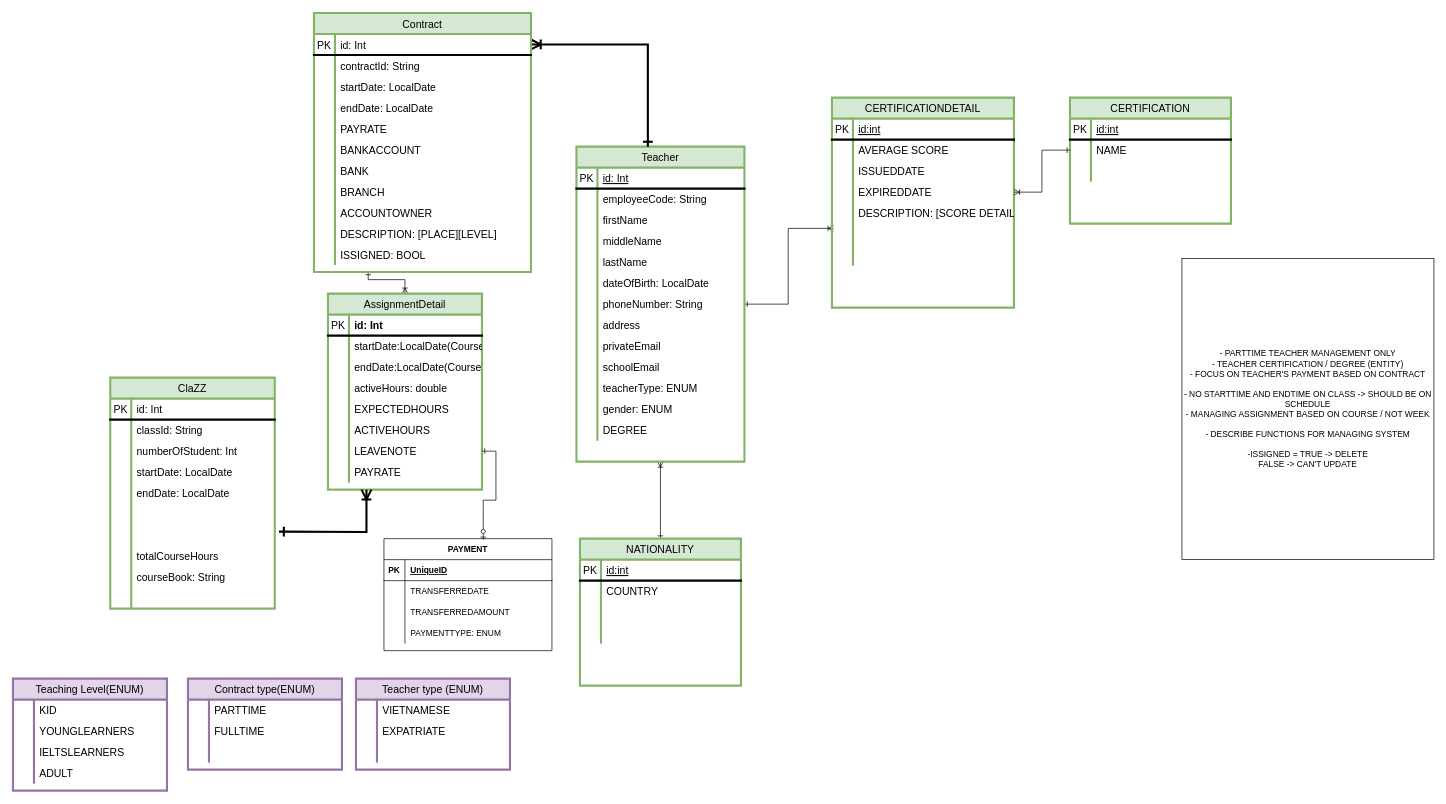
This is Teacher_Management_System - Type.drawio from AmberNguyn/PersonalProject_TeacherManagement, a draw.io file, before an edit. Source tidied: cells renumbered, new cells numbered last; positions are measured from the earlier drawing's top-left corner, leaving out a move shared by most shapes. Both pictures are drawn from the tidied source at 70%, with x=0, y=0 at pixel (13, 13).
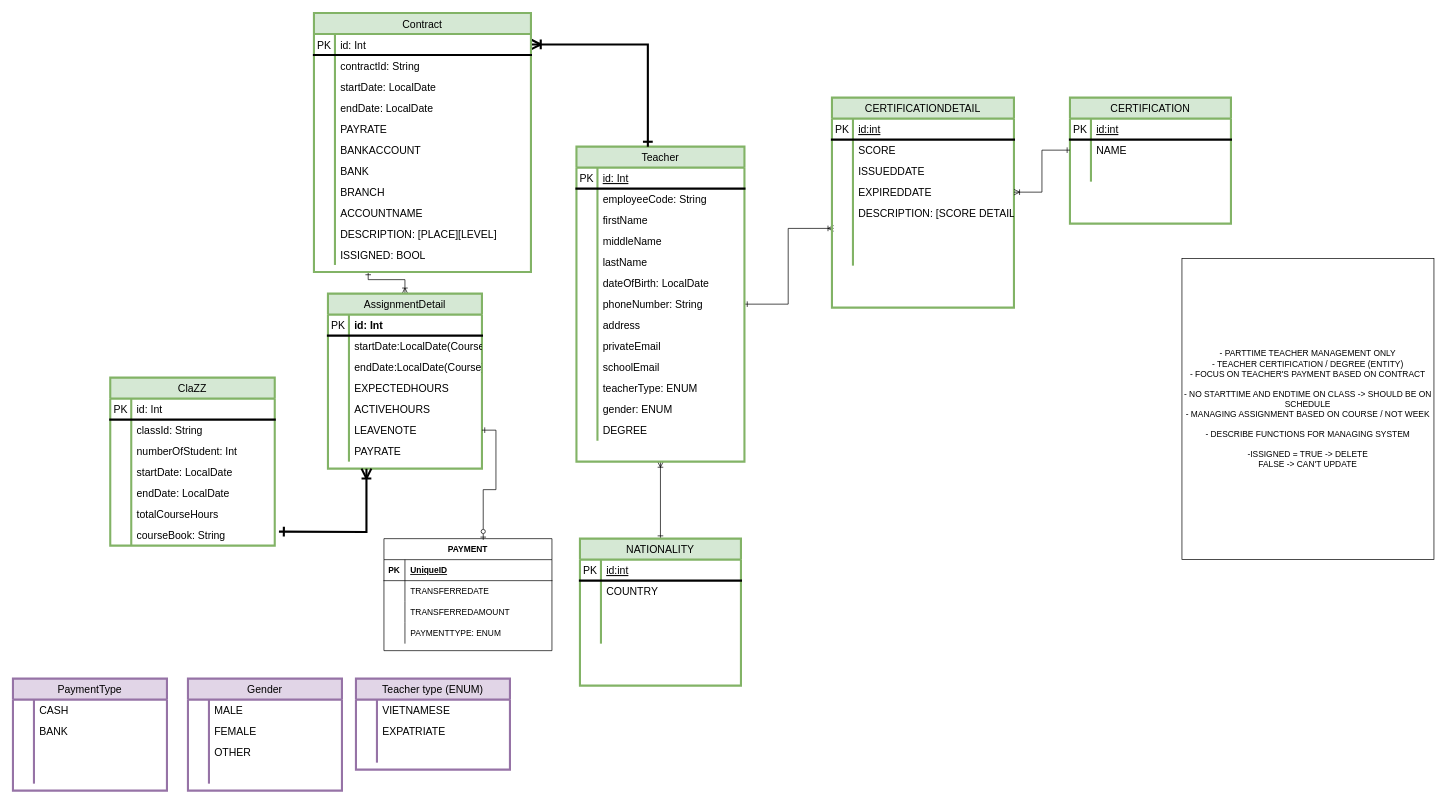
The same diagram, later.

Unchanged cells that the change refers to:
```xml
<mxCell id="128" style="shape=tableRow;horizontal=0;startSize=0;swimlaneHead=0;swimlaneBody=0;fillColor=none;top=0;left=0;right=0;bottom=0;labelBackgroundColor=none;fontSize=15;strokeWidth=3;fontStyle=0;" parent="103" vertex="1">
  <mxGeometry y="270" width="310" height="30" as="geometry" />
</mxCell>
<mxCell id="138" style="shape=tableRow;horizontal=0;startSize=0;swimlaneHead=0;swimlaneBody=0;fillColor=none;top=0;left=0;right=0;bottom=0;labelBackgroundColor=none;fontSize=15;strokeWidth=3;fontStyle=0;" parent="137" vertex="1">
  <mxGeometry y="30" width="220" height="30" as="geometry" />
</mxCell>
<mxCell id="141" style="shape=tableRow;horizontal=0;startSize=0;swimlaneHead=0;swimlaneBody=0;fillColor=none;top=0;left=0;right=0;bottom=0;labelBackgroundColor=none;fontSize=15;strokeWidth=3;fontStyle=0;" parent="137" vertex="1">
  <mxGeometry y="60" width="220" height="30" as="geometry" />
</mxCell>
<mxCell id="158" style="shape=tableRow;horizontal=0;startSize=0;swimlaneHead=0;swimlaneBody=0;fillColor=none;top=0;left=0;right=0;bottom=0;labelBackgroundColor=none;fontSize=15;strokeWidth=3;fontStyle=0;" parent="157" vertex="1">
  <mxGeometry y="30" width="220" height="30" as="geometry" />
</mxCell>
<mxCell id="161" style="shape=tableRow;horizontal=0;startSize=0;swimlaneHead=0;swimlaneBody=0;fillColor=none;top=0;left=0;right=0;bottom=0;labelBackgroundColor=none;fontSize=15;strokeWidth=3;fontStyle=0;" parent="157" vertex="1">
  <mxGeometry y="60" width="220" height="30" as="geometry" />
</mxCell>
<mxCell id="164" style="shape=tableRow;horizontal=0;startSize=0;swimlaneHead=0;swimlaneBody=0;fillColor=none;top=0;left=0;right=0;bottom=0;labelBackgroundColor=none;fontSize=15;strokeWidth=3;fontStyle=0;" parent="157" vertex="1">
  <mxGeometry y="90" width="220" height="30" as="geometry" />
</mxCell>
<mxCell id="167" style="shape=tableRow;horizontal=0;startSize=0;swimlaneHead=0;swimlaneBody=0;fillColor=none;top=0;left=0;right=0;bottom=0;labelBackgroundColor=none;fontSize=15;strokeWidth=3;fontStyle=0;" parent="157" vertex="1">
  <mxGeometry y="120" width="220" height="30" as="geometry" />
</mxCell>
<mxCell id="202" style="shape=tableRow;horizontal=0;startSize=0;swimlaneHead=0;swimlaneBody=0;fillColor=none;top=0;left=0;right=0;bottom=0;labelBackgroundColor=none;fontSize=15;strokeWidth=3;fontStyle=0;" parent="198" vertex="1">
  <mxGeometry y="60" width="260" height="30" as="geometry" />
</mxCell>
```

Diff of the diagram source:
```diff
@@
     <mxCell id="44" value="ClaZZ" style="shape=table;startSize=30;childLayout=tableLayout;rowLines=0;fontStyle=0;align=center;labelBackgroundColor=none;fontSize=15;strokeWidth=3;fillColor=#d5e8d4;strokeColor=#82b366;" parent="1" vertex="1">
-      <mxGeometry x="139" y="521" width="235" height="330" as="geometry" />
+      <mxGeometry x="139" y="521" width="235" height="240" as="geometry" />
     </mxCell>
@@
-    <mxCell id="60" style="shape=tableRow;horizontal=0;startSize=0;swimlaneHead=0;swimlaneBody=0;fillColor=none;top=0;left=0;right=0;bottom=0;labelBackgroundColor=none;fontSize=15;strokeWidth=3;fontStyle=0;" parent="44" vertex="1">
-      <mxGeometry y="180" width="235" height="30" as="geometry" />
-    </mxCell>
-    <mxCell id="61" style="shape=partialRectangle;fillColor=none;top=0;left=0;bottom=0;right=0;overflow=hidden;labelBackgroundColor=none;fontSize=15;strokeWidth=3;fontStyle=0;" parent="60" vertex="1">
-      <mxGeometry width="30" height="30" as="geometry" />
-    </mxCell>
-    <mxCell id="62" style="shape=partialRectangle;fillColor=none;top=0;left=0;bottom=0;right=0;align=left;spacingLeft=6;overflow=hidden;labelBackgroundColor=none;fontSize=15;strokeWidth=3;fontStyle=0;" parent="60" vertex="1">
-      <mxGeometry x="30" width="205" height="30" as="geometry" />
-    </mxCell>
-    <mxCell id="63" style="shape=tableRow;horizontal=0;startSize=0;swimlaneHead=0;swimlaneBody=0;fillColor=none;top=0;left=0;right=0;bottom=0;labelBackgroundColor=none;fontSize=15;strokeWidth=3;fontStyle=0;" parent="44" vertex="1">
-      <mxGeometry y="210" width="235" height="30" as="geometry" />
-    </mxCell>
-    <mxCell id="64" style="shape=partialRectangle;fillColor=none;top=0;left=0;bottom=0;right=0;overflow=hidden;labelBackgroundColor=none;fontSize=15;strokeWidth=3;fontStyle=0;" parent="63" vertex="1">
-      <mxGeometry width="30" height="30" as="geometry" />
-    </mxCell>
-    <mxCell id="65" style="shape=partialRectangle;fillColor=none;top=0;left=0;bottom=0;right=0;align=left;spacingLeft=6;overflow=hidden;labelBackgroundColor=none;fontSize=15;strokeWidth=3;fontStyle=0;" parent="63" vertex="1">
-      <mxGeometry x="30" width="205" height="30" as="geometry" />
-    </mxCell>
     <mxCell id="66" style="shape=tableRow;horizontal=0;startSize=0;swimlaneHead=0;swimlaneBody=0;fillColor=none;top=0;left=0;right=0;bottom=0;labelBackgroundColor=none;fontSize=15;strokeWidth=3;fontStyle=0;" parent="44" vertex="1">
-      <mxGeometry y="240" width="235" height="30" as="geometry" />
+      <mxGeometry y="180" width="235" height="30" as="geometry" />
     </mxCell>
@@
     <mxCell id="69" style="shape=tableRow;horizontal=0;startSize=0;swimlaneHead=0;swimlaneBody=0;fillColor=none;top=0;left=0;right=0;bottom=0;labelBackgroundColor=none;fontSize=15;strokeWidth=3;fontStyle=0;" parent="44" vertex="1">
-      <mxGeometry y="270" width="235" height="30" as="geometry" />
+      <mxGeometry y="210" width="235" height="30" as="geometry" />
     </mxCell>
@@
-    <mxCell id="72" style="shape=tableRow;horizontal=0;startSize=0;swimlaneHead=0;swimlaneBody=0;fillColor=none;top=0;left=0;right=0;bottom=0;labelBackgroundColor=none;fontSize=15;strokeWidth=3;fontStyle=0;" parent="44" vertex="1">
-      <mxGeometry y="300" width="235" height="30" as="geometry" />
-    </mxCell>
-    <mxCell id="73" style="shape=partialRectangle;fillColor=none;top=0;left=0;bottom=0;right=0;overflow=hidden;labelBackgroundColor=none;fontSize=15;strokeWidth=3;fontStyle=0;" parent="72" vertex="1">
-      <mxGeometry width="30" height="30" as="geometry" />
-    </mxCell>
-    <mxCell id="74" style="shape=partialRectangle;fillColor=none;top=0;left=0;bottom=0;right=0;align=left;spacingLeft=6;overflow=hidden;labelBackgroundColor=none;fontSize=15;strokeWidth=3;fontStyle=0;" parent="72" vertex="1">
-      <mxGeometry x="30" width="205" height="30" as="geometry" />
-    </mxCell>
@@
     <mxCell id="77" value="AssignmentDetail" style="shape=table;startSize=30;childLayout=tableLayout;rowLines=0;fontStyle=0;align=center;labelBackgroundColor=none;fontSize=15;strokeWidth=3;fillColor=#d5e8d4;strokeColor=#82b366;" parent="1" vertex="1">
-      <mxGeometry x="450" y="401" width="220" height="280" as="geometry" />
+      <mxGeometry x="450" y="401" width="220" height="250" as="geometry" />
     </mxCell>
@@
-    <mxCell id="87" style="shape=tableRow;horizontal=0;startSize=0;swimlaneHead=0;swimlaneBody=0;fillColor=none;top=0;left=0;right=0;bottom=0;labelBackgroundColor=none;fontSize=15;strokeWidth=3;fontStyle=0;" parent="77" vertex="1">
-      <mxGeometry y="120" width="220" height="30" as="geometry" />
-    </mxCell>
-    <mxCell id="88" style="shape=partialRectangle;fillColor=none;top=0;left=0;bottom=0;right=0;overflow=hidden;labelBackgroundColor=none;fontSize=15;strokeWidth=3;fontStyle=0;" parent="87" vertex="1">
-      <mxGeometry width="30" height="30" as="geometry" />
-    </mxCell>
-    <mxCell id="89" value="activeHours: double" style="shape=partialRectangle;fillColor=none;top=0;left=0;bottom=0;right=0;align=left;spacingLeft=6;overflow=hidden;labelBackgroundColor=none;fontSize=15;strokeWidth=3;fontStyle=0;" parent="87" vertex="1">
-      <mxGeometry x="30" width="190" height="30" as="geometry" />
-    </mxCell>
     <mxCell id="90" style="shape=tableRow;horizontal=0;startSize=0;swimlaneHead=0;swimlaneBody=0;fillColor=none;top=0;left=0;right=0;bottom=0;labelBackgroundColor=none;fontSize=15;strokeWidth=3;fontStyle=0;" parent="77" vertex="1">
-      <mxGeometry y="150" width="220" height="30" as="geometry" />
+      <mxGeometry y="120" width="220" height="30" as="geometry" />
     </mxCell>
@@
     <mxCell id="93" style="shape=tableRow;horizontal=0;startSize=0;swimlaneHead=0;swimlaneBody=0;fillColor=none;top=0;left=0;right=0;bottom=0;labelBackgroundColor=none;fontSize=15;strokeWidth=3;fontStyle=0;" parent="77" vertex="1">
-      <mxGeometry y="180" width="220" height="30" as="geometry" />
+      <mxGeometry y="150" width="220" height="30" as="geometry" />
     </mxCell>
@@
     <mxCell id="96" style="shape=tableRow;horizontal=0;startSize=0;swimlaneHead=0;swimlaneBody=0;fillColor=none;points=[[0,0.5],[1,0.5]];portConstraint=eastwest;top=0;left=0;right=0;bottom=0;labelBackgroundColor=none;fontSize=15;strokeWidth=3;fontStyle=0;" parent="77" vertex="1">
-      <mxGeometry y="210" width="220" height="30" as="geometry" />
+      <mxGeometry y="180" width="220" height="30" as="geometry" />
     </mxCell>
@@
     <mxCell id="99" style="shape=tableRow;horizontal=0;startSize=0;swimlaneHead=0;swimlaneBody=0;fillColor=none;top=0;left=0;right=0;bottom=0;labelBackgroundColor=none;fontSize=15;strokeWidth=3;fontStyle=0;" parent="77" vertex="1">
-      <mxGeometry y="240" width="220" height="30" as="geometry" />
+      <mxGeometry y="210" width="220" height="30" as="geometry" />
     </mxCell>
@@
-    <mxCell id="130" value="ACCOUNTOWNER" style="shape=partialRectangle;fillColor=none;top=0;left=0;bottom=0;right=0;align=left;spacingLeft=6;overflow=hidden;labelBackgroundColor=none;fontSize=15;strokeWidth=3;fontStyle=0;" parent="128" vertex="1">
+    <mxCell id="130" value="ACCOUNTNAME" style="shape=partialRectangle;fillColor=none;top=0;left=0;bottom=0;right=0;align=left;spacingLeft=6;overflow=hidden;labelBackgroundColor=none;fontSize=15;strokeWidth=3;fontStyle=0;" parent="128" vertex="1">
       <mxGeometry x="30" width="280" height="30" as="geometry" />
     </mxCell>
@@
-    <mxCell id="137" value="Contract type(ENUM)" style="shape=table;startSize=30;childLayout=tableLayout;rowLines=0;fontStyle=0;align=center;labelBackgroundColor=none;fontSize=15;strokeWidth=3;fillColor=#e1d5e7;strokeColor=#9673a6;" parent="1" vertex="1">
-      <mxGeometry x="250" y="951" width="220" height="130" as="geometry" />
+    <mxCell id="137" value="Gender" style="shape=table;startSize=30;childLayout=tableLayout;rowLines=0;fontStyle=0;align=center;labelBackgroundColor=none;fontSize=15;strokeWidth=3;fillColor=#e1d5e7;strokeColor=#9673a6;" parent="1" vertex="1">
+      <mxGeometry x="250" y="951" width="220" height="160" as="geometry" />
     </mxCell>
@@
-    <mxCell id="140" value="PARTTIME" style="shape=partialRectangle;fillColor=none;top=0;left=0;bottom=0;right=0;align=left;spacingLeft=6;overflow=hidden;labelBackgroundColor=none;fontSize=15;strokeWidth=3;fontStyle=0;" parent="138" vertex="1">
+    <mxCell id="140" value="MALE" style="shape=partialRectangle;fillColor=none;top=0;left=0;bottom=0;right=0;align=left;spacingLeft=6;overflow=hidden;labelBackgroundColor=none;fontSize=15;strokeWidth=3;fontStyle=0;" parent="138" vertex="1">
       <mxGeometry x="30" width="190" height="30" as="geometry" />
     </mxCell>
@@
-    <mxCell id="143" value="FULLTIME" style="shape=partialRectangle;fillColor=none;top=0;left=0;bottom=0;right=0;align=left;spacingLeft=6;overflow=hidden;labelBackgroundColor=none;fontSize=15;strokeWidth=3;fontStyle=0;" parent="141" vertex="1">
+    <mxCell id="143" value="FEMALE" style="shape=partialRectangle;fillColor=none;top=0;left=0;bottom=0;right=0;align=left;spacingLeft=6;overflow=hidden;labelBackgroundColor=none;fontSize=15;strokeWidth=3;fontStyle=0;" parent="141" vertex="1">
       <mxGeometry x="30" width="190" height="30" as="geometry" />
     </mxCell>
+    <mxCell id="231" style="shape=tableRow;horizontal=0;startSize=0;swimlaneHead=0;swimlaneBody=0;fillColor=none;top=0;left=0;right=0;bottom=0;labelBackgroundColor=none;fontSize=15;strokeWidth=3;fontStyle=0;" parent="137" vertex="1">
+      <mxGeometry y="90" width="220" height="30" as="geometry" />
+    </mxCell>
+    <mxCell id="232" style="shape=partialRectangle;fillColor=none;top=0;left=0;bottom=0;right=0;overflow=hidden;labelBackgroundColor=none;fontSize=15;strokeWidth=3;fontStyle=0;" parent="231" vertex="1">
+      <mxGeometry width="30" height="30" as="geometry" />
+    </mxCell>
+    <mxCell id="233" value="OTHER" style="shape=partialRectangle;fillColor=none;top=0;left=0;bottom=0;right=0;align=left;spacingLeft=6;overflow=hidden;labelBackgroundColor=none;fontSize=15;strokeWidth=3;fontStyle=0;" parent="231" vertex="1">
+      <mxGeometry x="30" width="190" height="30" as="geometry" />
+    </mxCell>
     <mxCell id="144" style="shape=tableRow;horizontal=0;startSize=0;swimlaneHead=0;swimlaneBody=0;fillColor=none;top=0;left=0;right=0;bottom=0;labelBackgroundColor=none;fontSize=15;strokeWidth=3;fontStyle=0;" parent="137" vertex="1">
-      <mxGeometry y="90" width="220" height="30" as="geometry" />
+      <mxGeometry y="120" width="220" height="30" as="geometry" />
     </mxCell>
@@
-    <mxCell id="157" value="Teaching Level(ENUM)" style="shape=table;startSize=30;childLayout=tableLayout;rowLines=0;fontStyle=0;align=center;labelBackgroundColor=none;fontSize=15;strokeWidth=3;fillColor=#e1d5e7;strokeColor=#9673a6;" parent="1" vertex="1">
+    <mxCell id="157" value="PaymentType" style="shape=table;startSize=30;childLayout=tableLayout;rowLines=0;fontStyle=0;align=center;labelBackgroundColor=none;fontSize=15;strokeWidth=3;fillColor=#e1d5e7;strokeColor=#9673a6;" parent="1" vertex="1">
       <mxGeometry y="951" width="220" height="160" as="geometry" />
     </mxCell>
@@
-    <mxCell id="160" value="KID" style="shape=partialRectangle;fillColor=none;top=0;left=0;bottom=0;right=0;align=left;spacingLeft=6;overflow=hidden;labelBackgroundColor=none;fontSize=15;strokeWidth=3;fontStyle=0;" parent="158" vertex="1">
+    <mxCell id="160" value="CASH" style="shape=partialRectangle;fillColor=none;top=0;left=0;bottom=0;right=0;align=left;spacingLeft=6;overflow=hidden;labelBackgroundColor=none;fontSize=15;strokeWidth=3;fontStyle=0;" parent="158" vertex="1">
       <mxGeometry x="30" width="190" height="30" as="geometry" />
     </mxCell>
@@
-    <mxCell id="163" value="YOUNGLEARNERS" style="shape=partialRectangle;fillColor=none;top=0;left=0;bottom=0;right=0;align=left;spacingLeft=6;overflow=hidden;labelBackgroundColor=none;fontSize=15;strokeWidth=3;fontStyle=0;" parent="161" vertex="1">
+    <mxCell id="163" value="BANK" style="shape=partialRectangle;fillColor=none;top=0;left=0;bottom=0;right=0;align=left;spacingLeft=6;overflow=hidden;labelBackgroundColor=none;fontSize=15;strokeWidth=3;fontStyle=0;" parent="161" vertex="1">
       <mxGeometry x="30" width="190" height="30" as="geometry" />
     </mxCell>
@@
-    <mxCell id="166" value="IELTSLEARNERS" style="shape=partialRectangle;fillColor=none;top=0;left=0;bottom=0;right=0;align=left;spacingLeft=6;overflow=hidden;labelBackgroundColor=none;fontSize=15;strokeWidth=3;fontStyle=0;" parent="164" vertex="1">
+    <mxCell id="166" style="shape=partialRectangle;fillColor=none;top=0;left=0;bottom=0;right=0;align=left;spacingLeft=6;overflow=hidden;labelBackgroundColor=none;fontSize=15;strokeWidth=3;fontStyle=0;" parent="164" vertex="1">
       <mxGeometry x="30" width="190" height="30" as="geometry" />
     </mxCell>
@@
-    <mxCell id="169" value="ADULT" style="shape=partialRectangle;fillColor=none;top=0;left=0;bottom=0;right=0;align=left;spacingLeft=6;overflow=hidden;labelBackgroundColor=none;fontSize=15;strokeWidth=3;fontStyle=0;" parent="167" vertex="1">
+    <mxCell id="169" style="shape=partialRectangle;fillColor=none;top=0;left=0;bottom=0;right=0;align=left;spacingLeft=6;overflow=hidden;labelBackgroundColor=none;fontSize=15;strokeWidth=3;fontStyle=0;" parent="167" vertex="1">
       <mxGeometry x="30" width="190" height="30" as="geometry" />
     </mxCell>
@@
-    <mxCell id="204" value="AVERAGE SCORE" style="shape=partialRectangle;fillColor=none;top=0;left=0;bottom=0;right=0;align=left;spacingLeft=6;overflow=hidden;labelBackgroundColor=none;fontSize=15;strokeWidth=3;fontStyle=0;" parent="202" vertex="1">
+    <mxCell id="204" value="SCORE" style="shape=partialRectangle;fillColor=none;top=0;left=0;bottom=0;right=0;align=left;spacingLeft=6;overflow=hidden;labelBackgroundColor=none;fontSize=15;strokeWidth=3;fontStyle=0;" parent="202" vertex="1">
       <mxGeometry x="30" width="230" height="30" as="geometry" />
     </mxCell>
```
